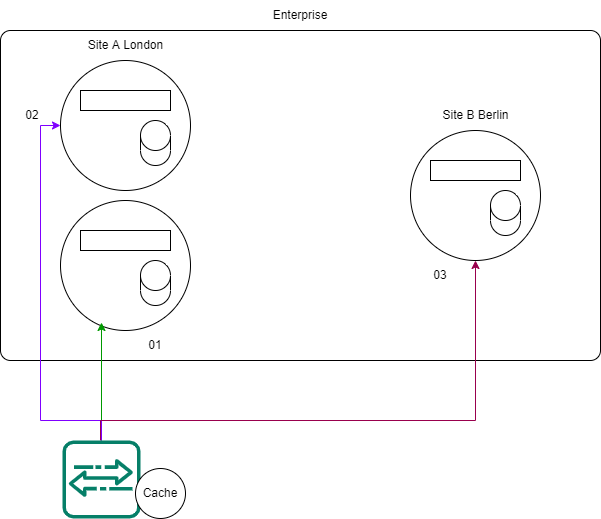
Radriverron/radriverron.github.io keeps this draw.io diagram as images/Imprivata.drawio.png. Above is the earlier version. Source tidied: cells renumbered, new cells last; positions are measured from the earlier drawing's top-left corner, leaving out a move shared by most shapes.
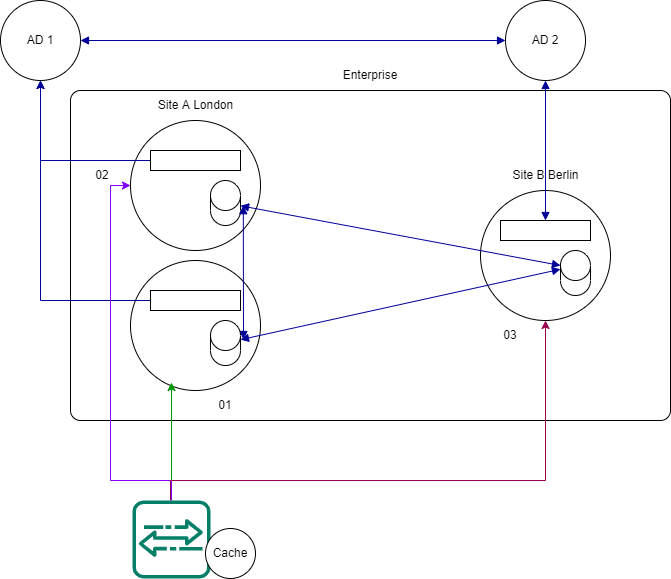
Above is the later version.

The edit, as a diff of the source:
```diff
@@ -23,21 +23,42 @@
     <mxCell id="8" value="Enterprise" style="text;html=1;strokeColor=none;fillColor=none;align=center;verticalAlign=middle;whiteSpace=wrap;rounded=0;" parent="1" vertex="1">
       <mxGeometry x="270" width="60" height="30" as="geometry" />
     </mxCell>
+    <mxCell id="23" style="edgeStyle=orthogonalEdgeStyle;rounded=0;jettySize=auto;html=1;strokeColor=#000099;" parent="1" edge="1" source="9" target="30">
+      <mxGeometry relative="1" as="geometry" />
+    </mxCell>
     <mxCell id="9" style="rounded=0;whiteSpace=wrap;html=1;" parent="1" vertex="1">
       <mxGeometry x="80" y="90" width="90" height="20" as="geometry" />
     </mxCell>
+    <mxCell id="24" style="edgeStyle=orthogonalEdgeStyle;rounded=0;jettySize=auto;html=1;entryX=0.5;entryY=1;entryDx=0;entryDy=0;strokeColor=#000099;" parent="1" edge="1" source="10" target="30">
+      <mxGeometry relative="1" as="geometry" />
+    </mxCell>
     <mxCell id="10" style="rounded=0;whiteSpace=wrap;html=1;" parent="1" vertex="1">
       <mxGeometry x="80" y="230" width="90" height="20" as="geometry" />
     </mxCell>
+    <mxCell id="25" style="edgeStyle=orthogonalEdgeStyle;rounded=0;jettySize=auto;html=1;entryX=0.5;entryY=1;entryDx=0;entryDy=0;startArrow=block;startFill=1;endArrow=block;endFill=1;strokeColor=#000099;" parent="1" edge="1" source="11" target="31">
+      <mxGeometry relative="1" as="geometry" />
+    </mxCell>
     <mxCell id="11" style="rounded=0;whiteSpace=wrap;html=1;" parent="1" vertex="1">
       <mxGeometry x="430" y="160" width="90" height="20" as="geometry" />
     </mxCell>
+    <mxCell id="26" style="rounded=0;jettySize=auto;html=1;startArrow=block;startFill=1;endArrow=block;endFill=1;strokeColor=#000099;entryX=0;entryY=0;entryDx=0;entryDy=15;entryPerimeter=0;" parent="1" edge="1" source="12" target="13">
+      <mxGeometry relative="1" as="geometry" />
+    </mxCell>
     <mxCell id="12" style="shape=cylinder3;whiteSpace=wrap;html=1;boundedLbl=1;backgroundOutline=1;size=15;" parent="1" vertex="1">
       <mxGeometry x="140" y="120" width="30" height="45" as="geometry" />
     </mxCell>
     <mxCell id="13" style="shape=cylinder3;whiteSpace=wrap;html=1;boundedLbl=1;backgroundOutline=1;size=15;" parent="1" vertex="1">
       <mxGeometry x="490" y="190" width="30" height="45" as="geometry" />
     </mxCell>
+    <mxCell id="27" style="edgeStyle=none;rounded=0;jettySize=auto;html=1;entryX=0;entryY=0;entryDx=0;entryDy=18.75;entryPerimeter=0;startArrow=block;startFill=1;endArrow=block;endFill=1;strokeColor=#000099;" parent="1" edge="1" source="14" target="13">
+      <mxGeometry relative="1" as="geometry" />
+    </mxCell>
+    <mxCell id="28" style="edgeStyle=none;rounded=0;orthogonalLoop=1;jettySize=auto;html=1;startArrow=block;startFill=1;endArrow=block;endFill=1;strokeColor=#000099;" parent="1" edge="1">
+      <mxGeometry relative="1" as="geometry">
+        <mxPoint x="173" y="279" as="sourcePoint" />
+        <mxPoint x="172.8" y="145.2" as="targetPoint" />
+      </mxGeometry>
+    </mxCell>
     <mxCell id="14" style="shape=cylinder3;whiteSpace=wrap;html=1;boundedLbl=1;backgroundOutline=1;size=15;" parent="1" vertex="1">
       <mxGeometry x="140" y="260" width="30" height="45" as="geometry" />
     </mxCell>
@@ -80,5 +101,14 @@
     <mxCell id="22" value="Cache" style="ellipse;whiteSpace=wrap;html=1;" parent="1" vertex="1">
       <mxGeometry x="135" y="468" width="50" height="50" as="geometry" />
     </mxCell>
+    <mxCell id="29" style="edgeStyle=orthogonalEdgeStyle;rounded=0;jettySize=auto;html=1;entryX=0;entryY=0.5;entryDx=0;entryDy=0;strokeColor=#000099;endArrow=block;endFill=1;startArrow=block;startFill=1;" parent="1" edge="1" source="30" target="31">
+      <mxGeometry relative="1" as="geometry" />
+    </mxCell>
+    <mxCell id="30" value="AD 1" style="ellipse;whiteSpace=wrap;html=1;" parent="1" vertex="1">
+      <mxGeometry x="-70" y="-60" width="80" height="80" as="geometry" />
+    </mxCell>
+    <mxCell id="31" value="AD 2" style="ellipse;whiteSpace=wrap;html=1;" parent="1" vertex="1">
+      <mxGeometry x="435" y="-60" width="80" height="80" as="geometry" />
+    </mxCell>
   </root>
 </mxGraphModel>
```
